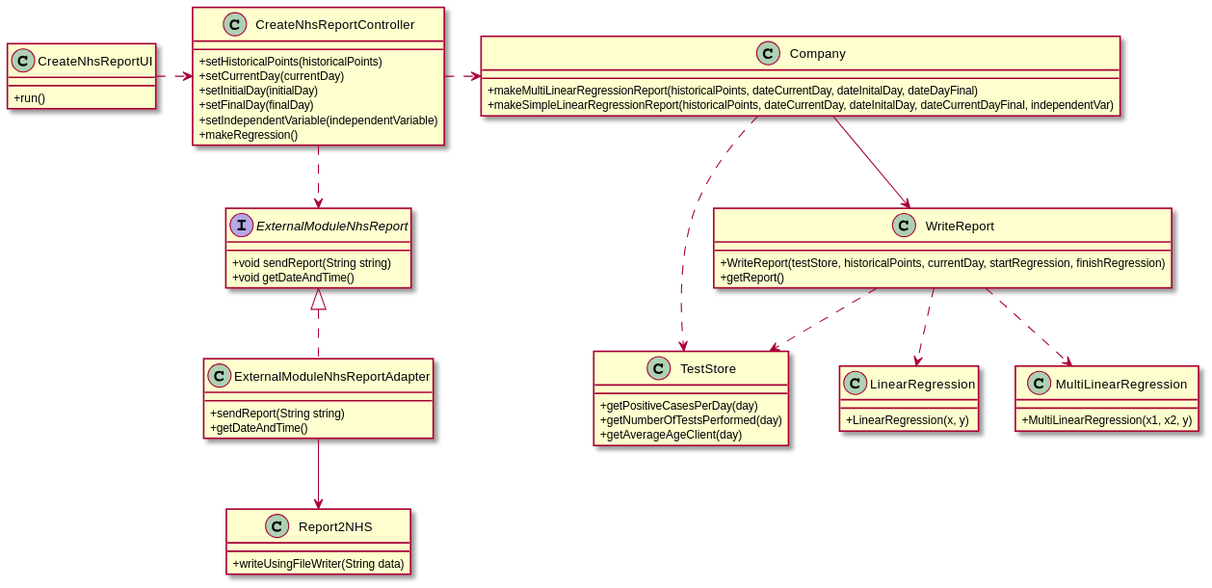
This is docs/SprintD/US18/US18_CD.svg from MadDinosaur/ISEP-LAPR2, a PlantUML export, as it was before one commit. Its diagram source:
```plantuml
@startuml

skinparam classAttributeIconSize 0

class CreateNhsReportUI {
+run()

}

class CreateNhsReportController {
+setHistoricalPoints(historicalPoints)
+setCurrentDay(currentDay)
+setInitialDay(initialDay)
+setFinalDay(finalDay)
+setIndependentVariable(independentVariable)
+makeRegression()
}

class TestStore{
+getPositiveCasesPerDay(day)
+getNumberOfTestsPerformed(day)
+getAverageAgeClient(day)
}

class LinearRegression {
+LinearRegression(x, y)
}

class MultiLinearRegression {
+MultiLinearRegression(x1, x2, y)
}

class Company {
+makeMultiLinearRegressionReport(historicalPoints, dateCurrentDay, dateInitalDay, dateDayFinal)
+makeSimpleLinearRegressionReport(historicalPoints, dateCurrentDay, dateInitalDay, dateCurrentDayFinal, independentVar)
}

class WriteReport {
+WriteReport(testStore, historicalPoints, currentDay, startRegression, finishRegression)
+getReport()
}

interface ExternalModuleNhsReport {
+void sendReport(String string)
+void getDateAndTime()
}

class ExternalModuleNhsReportAdapter {
+sendReport(String string)
+getDateAndTime()
}

class Report2NHS {
+writeUsingFileWriter(String data)
}

CreateNhsReportController ..> ExternalModuleNhsReport
CreateNhsReportUI .> CreateNhsReportController
CreateNhsReportController .> Company
Company --> WriteReport
Company ..> TestStore
WriteReport ..> TestStore
ExternalModuleNhsReport <|.. ExternalModuleNhsReportAdapter
ExternalModuleNhsReportAdapter --> Report2NHS
WriteReport ..> LinearRegression
WriteReport ..> MultiLinearRegression

@enduml
```
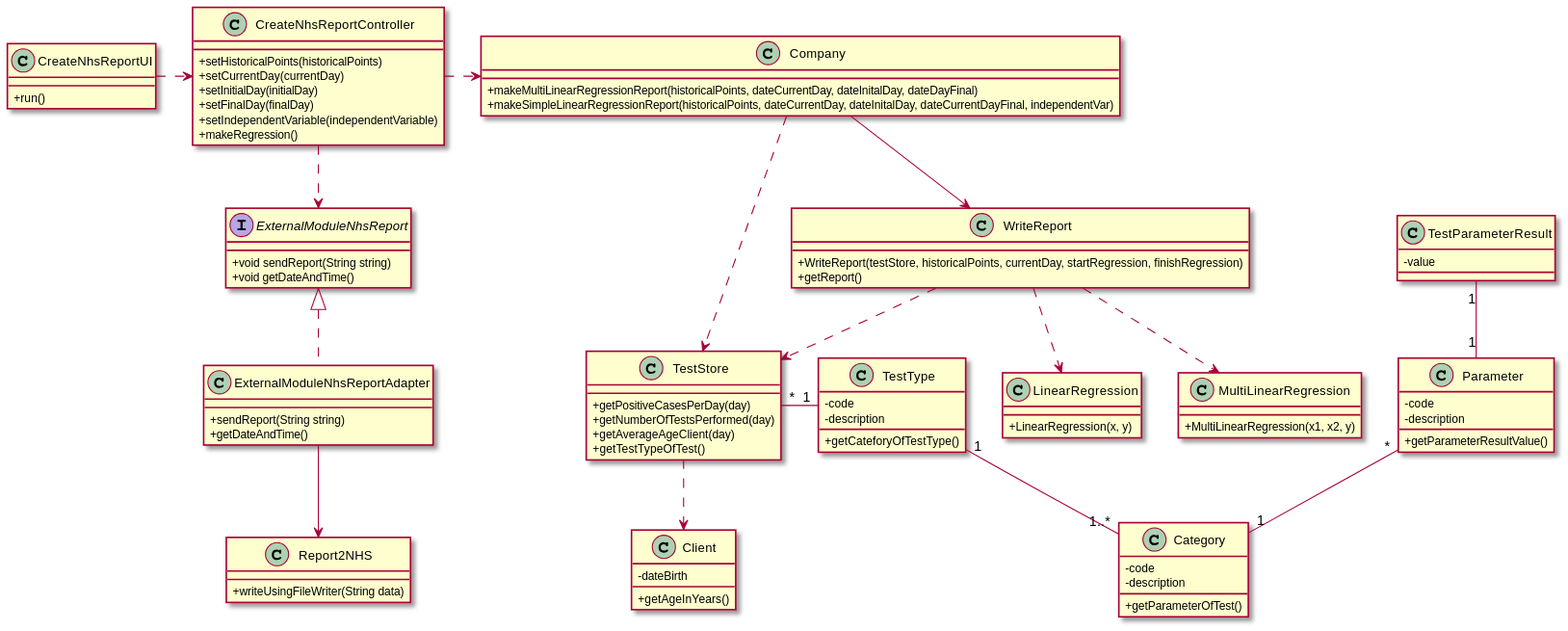
After the change.

What changed in the source:
```diff
@@ -20,6 +20,7 @@
 +getPositiveCasesPerDay(day)
 +getNumberOfTestsPerformed(day)
 +getAverageAgeClient(day)
++getTestTypeOfTest()
 }
 
 class LinearRegression {
@@ -40,6 +41,11 @@
 +getReport()
 }
 
+class Client{
+-dateBirth
++getAgeInYears()
+}
+
 interface ExternalModuleNhsReport {
 +void sendReport(String string)
 +void getDateAndTime()
@@ -53,16 +59,41 @@
 class Report2NHS {
 +writeUsingFileWriter(String data)
 }
+class TestParameterResult {
+-value
+
+}
+class Category {
+-code
+-description
++getParameterOfTest()
+}
+class TestType {
+-code
+-description
++getCateforyOfTestType()
+}
+class Parameter {
+-code
+-description
++getParameterResultValue()
+}
+
 
 CreateNhsReportController ..> ExternalModuleNhsReport
 CreateNhsReportUI .> CreateNhsReportController
 CreateNhsReportController .> Company
 Company --> WriteReport
 Company ..> TestStore
+TestStore ..> Client
 WriteReport ..> TestStore
 ExternalModuleNhsReport <|.. ExternalModuleNhsReportAdapter
 ExternalModuleNhsReportAdapter --> Report2NHS
 WriteReport ..> LinearRegression
 WriteReport ..> MultiLinearRegression
+TestStore "*"-right-"1" "TestType"
+TestType "1"--"1..*" Category
+Parameter "*"--"1" Category
+TestParameterResult "1"--"1" Parameter
 
 @enduml
```
